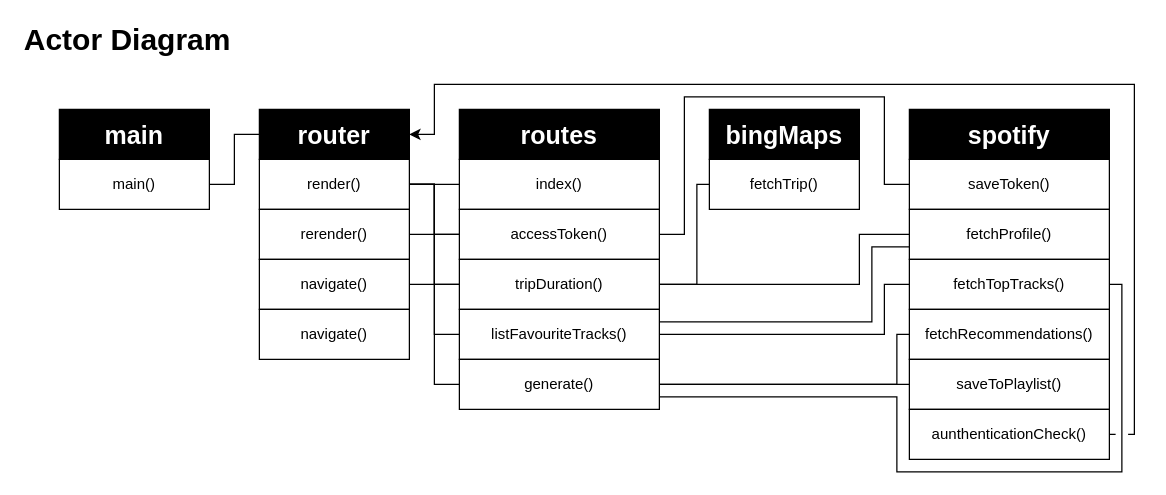
Earlier version of the draw.io diagram assets/actor_diagram.drawio (jonahgoldwastaken/web-app-from-scratch-2021). Source tidied: cells renumbered, new cells numbered last; positions are measured from the earlier drawing's top-left corner, leaving out a move shared by most shapes. Both pictures are drawn from the tidied source at 125%, with x=0, y=0 at pixel (21, 21).
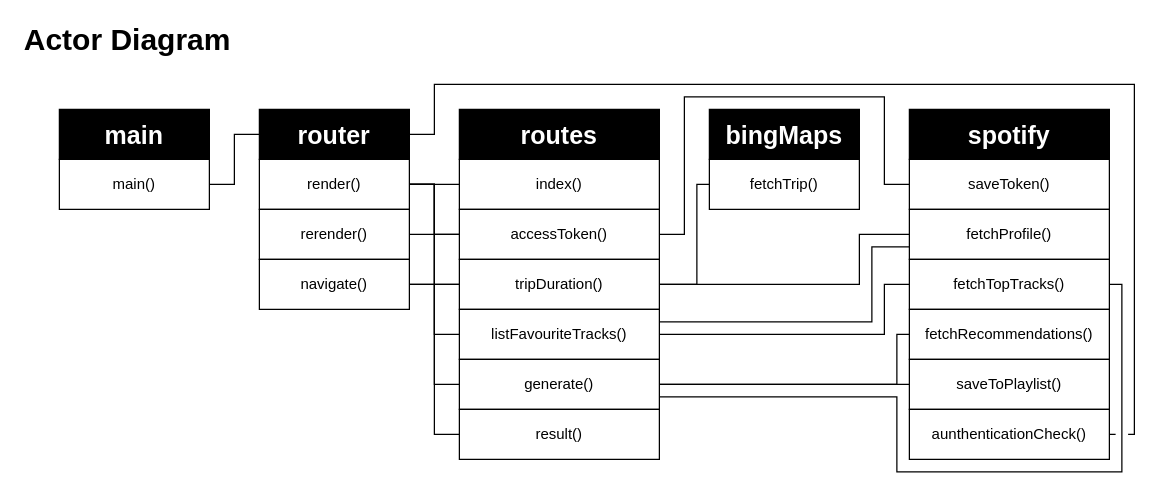
The same page after the edit.

Unchanged cells that the change refers to:
```xml
<mxCell id="8" value="router" style="whiteSpace=wrap;html=1;fontSize=20;align=center;fontStyle=1;fillColor=#000000;fontColor=#FFFFFF;" parent="1" vertex="1">
  <mxGeometry x="190" y="70" width="120" height="40" as="geometry" />
</mxCell>
<mxCell id="30" value="&lt;font face=&quot;Inconsolata&quot;&gt;&lt;span style=&quot;font-weight: normal&quot;&gt;navigate()&lt;/span&gt;&lt;/font&gt;" style="whiteSpace=wrap;html=1;fontSize=12;align=center;fontStyle=1;" parent="1" vertex="1">
  <mxGeometry x="190" y="190" width="120" height="40" as="geometry" />
</mxCell>
<mxCell id="42" value="&lt;span style=&quot;font-weight: normal ; font-size: 12px&quot;&gt;&lt;font face=&quot;Inconsolata&quot; style=&quot;font-size: 12px&quot;&gt;aunthenticationCheck()&lt;br&gt;&lt;/font&gt;&lt;/span&gt;" style="whiteSpace=wrap;html=1;fontSize=12;align=center;fontStyle=1;" parent="1" vertex="1">
  <mxGeometry x="710" y="310" width="160" height="40" as="geometry" />
</mxCell>
```

What changed in the source:
```diff
@@
-    <mxCell id="2" style="edgeStyle=orthogonalEdgeStyle;rounded=0;jettySize=auto;html=1;entryX=1;entryY=0.5;entryDx=0;entryDy=0;" parent="1" edge="1" source="42" target="8">
+    <mxCell id="2" style="edgeStyle=orthogonalEdgeStyle;rounded=0;jettySize=auto;html=1;entryX=1;entryY=0.5;entryDx=0;entryDy=0;endArrow=none;endFill=0;" parent="1" edge="1" source="42" target="8">
       <mxGeometry relative="1" as="geometry">
         <Array as="points">
           <mxPoint x="890" y="330" />
           <mxPoint x="890" y="50" />
           <mxPoint x="330" y="50" />
           <mxPoint x="330" y="90" />
         </Array>
       </mxGeometry>
     </mxCell>
@@
+    <mxCell id="43" style="edgeStyle=orthogonalEdgeStyle;rounded=0;jettySize=auto;html=1;entryX=0;entryY=0.5;entryDx=0;entryDy=0;endArrow=none;endFill=0;" parent="1" edge="1" source="30" target="44">
+      <mxGeometry relative="1" as="geometry" />
+    </mxCell>
@@
-    <mxCell id="41" value="&lt;font face=&quot;Inconsolata&quot;&gt;&lt;span style=&quot;font-weight: normal&quot;&gt;navigate()&lt;/span&gt;&lt;/font&gt;" style="whiteSpace=wrap;html=1;fontSize=12;align=center;fontStyle=1;" parent="1" vertex="1">
-      <mxGeometry x="190" y="230" width="120" height="40" as="geometry" />
-    </mxCell>
@@
+    <mxCell id="44" value="&lt;font face=&quot;Inconsolata&quot;&gt;&lt;span style=&quot;font-weight: normal&quot;&gt;result()&lt;/span&gt;&lt;/font&gt;" style="whiteSpace=wrap;html=1;fontSize=12;align=center;fontStyle=1;" parent="1" vertex="1">
+      <mxGeometry x="350" y="310" width="160" height="40" as="geometry" />
+    </mxCell>
```
